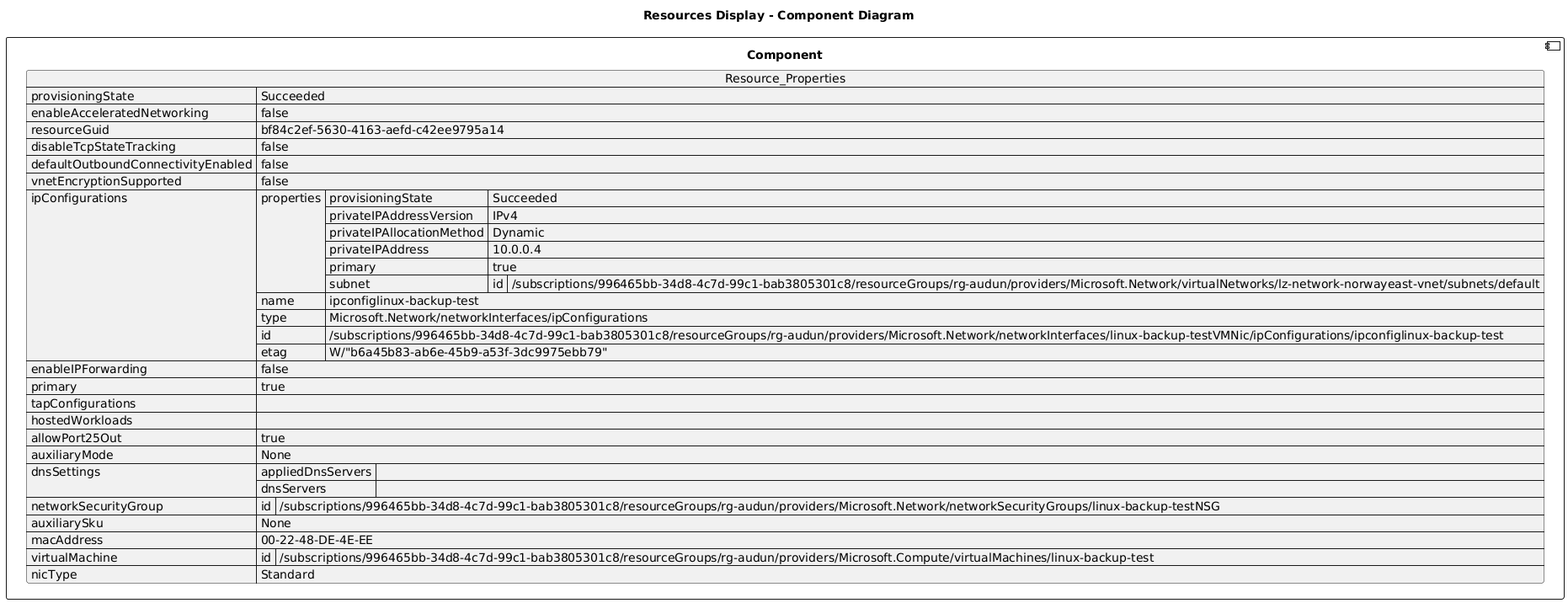
Before: diagrams/linux-backup-testVMNic.png, a diagram exported from PlantUML (DanielAmpong/Test-Azure-architecture-diagram).
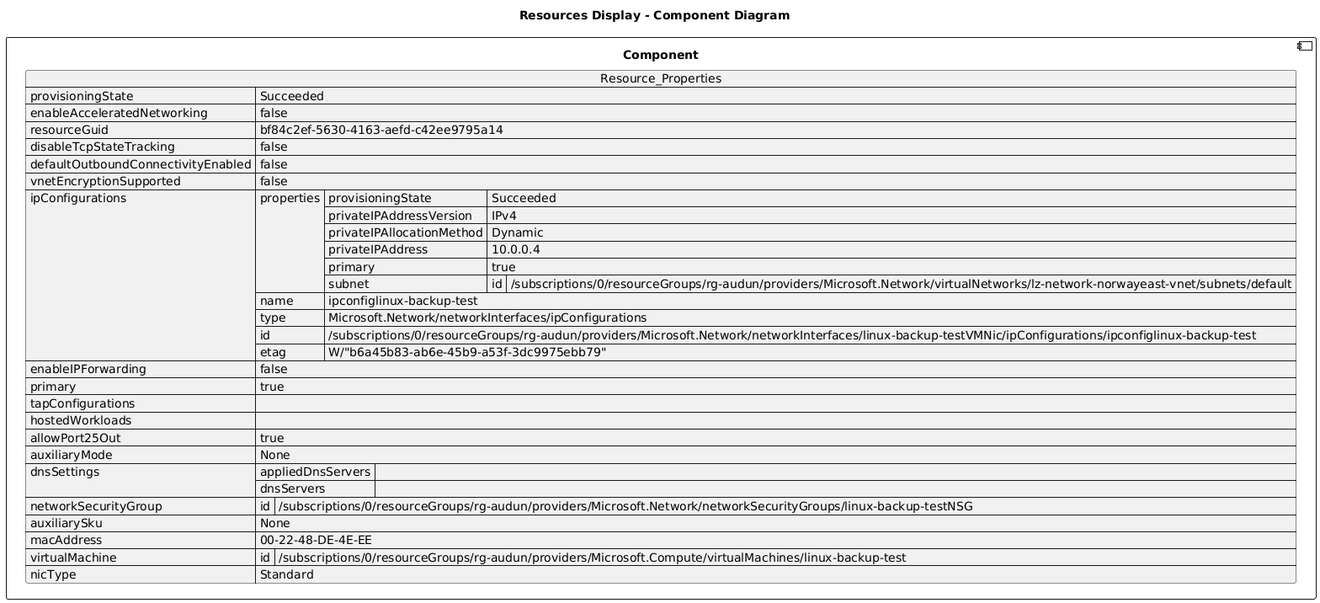
The same diagram one commit later.

Diff of the diagram source:
```diff
@@ -20,12 +20,12 @@
         "privateIPAddress": "10.0.0.4",
         "primary": true,
         "subnet": {
-          "id": "/subscriptions/996465bb-34d8-4c7d-99c1-bab3805301c8/resourceGroups/rg-audun/providers/Microsoft.Network/virtualNetworks/lz-network-norwayeast-vnet/subnets/default"
+          "id": "/subscriptions/0/resourceGroups/rg-audun/providers/Microsoft.Network/virtualNetworks/lz-network-norwayeast-vnet/subnets/default"
         }
       },
       "name": "ipconfiglinux-backup-test",
       "type": "Microsoft.Network/networkInterfaces/ipConfigurations",
-      "id": "/subscriptions/996465bb-34d8-4c7d-99c1-bab3805301c8/resourceGroups/rg-audun/providers/Microsoft.Network/networkInterfaces/linux-backup-testVMNic/ipConfigurations/ipconfiglinux-backup-test",
+      "id": "/subscriptions/0/resourceGroups/rg-audun/providers/Microsoft.Network/networkInterfaces/linux-backup-testVMNic/ipConfigurations/ipconfiglinux-backup-test",
       "etag": "W/\"b6a45b83-ab6e-45b9-a53f-3dc9975ebb79\""
     }
   ],
@@ -40,12 +40,12 @@
     "dnsServers": []
   },
   "networkSecurityGroup": {
-    "id": "/subscriptions/996465bb-34d8-4c7d-99c1-bab3805301c8/resourceGroups/rg-audun/providers/Microsoft.Network/networkSecurityGroups/linux-backup-testNSG"
+    "id": "/subscriptions/0/resourceGroups/rg-audun/providers/Microsoft.Network/networkSecurityGroups/linux-backup-testNSG"
   },
   "auxiliarySku": "None",
   "macAddress": "00-22-48-DE-4E-EE",
   "virtualMachine": {
-    "id": "/subscriptions/996465bb-34d8-4c7d-99c1-bab3805301c8/resourceGroups/rg-audun/providers/Microsoft.Compute/virtualMachines/linux-backup-test"
+    "id": "/subscriptions/0/resourceGroups/rg-audun/providers/Microsoft.Compute/virtualMachines/linux-backup-test"
   },
   "nicType": "Standard"
 }
```
